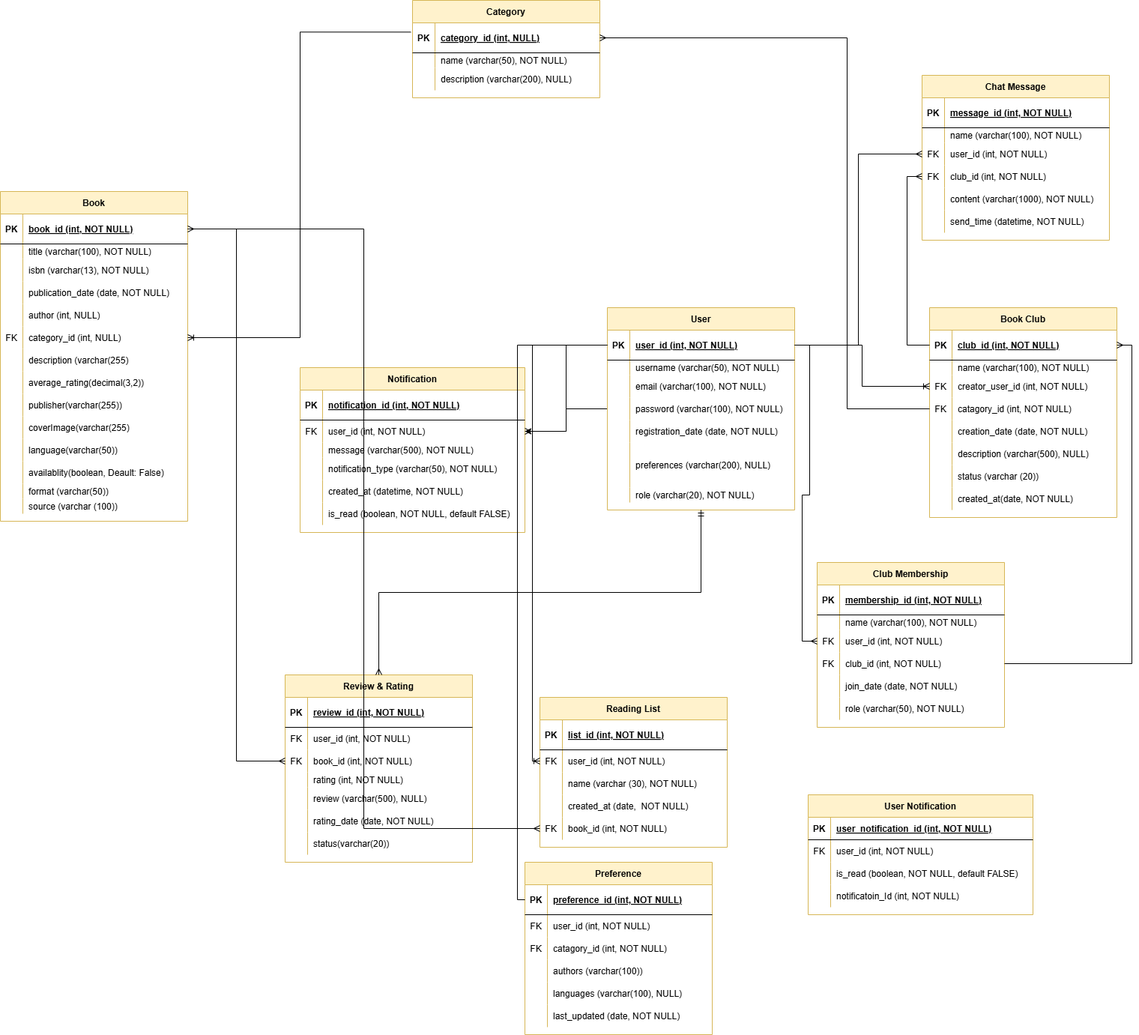
Kkgenkai/Draw.io keeps this draw.io diagram as New folder/Untitled Diagram.drawio.png. Above is the earlier version. Source tidied: cells renumbered, new cells last; positions are measured from the earlier drawing's top-left corner, leaving out a move shared by most shapes.
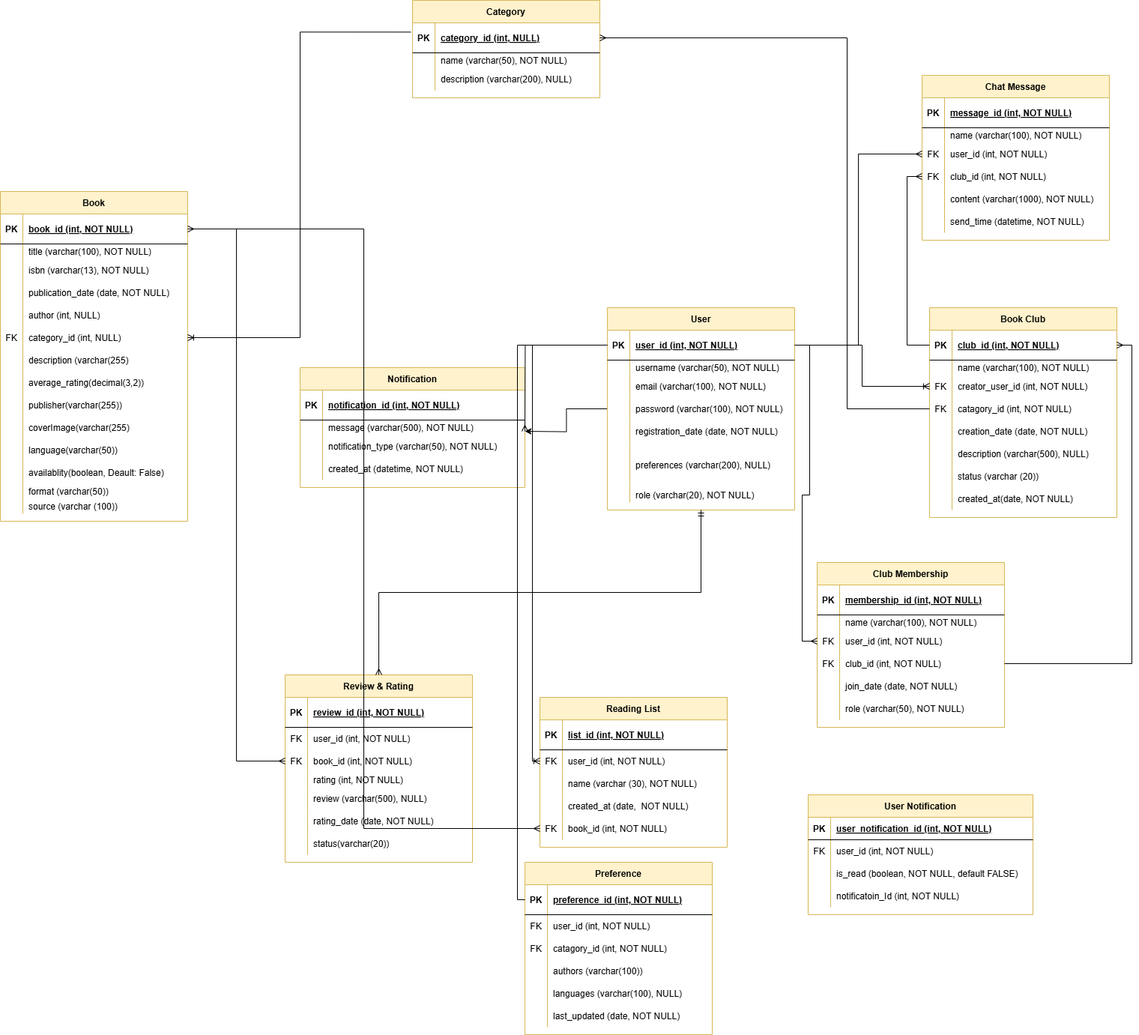
The same diagram one commit later.

The edit, as a diff of the source:
```diff
@@ -2,8 +2,10 @@
   <root>
     <mxCell id="0" />
     <mxCell id="1" parent="0" />
-    <mxCell id="2" style="edgeStyle=orthogonalEdgeStyle;rounded=0;jettySize=auto;html=1;" parent="1" edge="1" source="3" target="170">
-      <mxGeometry relative="1" as="geometry" />
+    <mxCell id="2" style="edgeStyle=orthogonalEdgeStyle;rounded=0;jettySize=auto;html=1;" parent="1" edge="1" source="3">
+      <mxGeometry relative="1" as="geometry">
+        <mxPoint x="700" y="575" as="targetPoint" />
+      </mxGeometry>
     </mxCell>
     <mxCell id="3" value="User" style="shape=table;startSize=30;rowLines=0;fontStyle=1;align=center;fillColor=#fff2cc;strokeColor=#d6b656;" parent="1" vertex="1">
       <mxGeometry x="810" y="410" width="250" height="270" as="geometry" />
@@ -495,7 +497,7 @@
       <mxGeometry x="30" width="220" height="30" as="geometry" />
     </mxCell>
     <mxCell id="166" value="Notification" style="shape=table;startSize=30;rowLines=0;fontStyle=1;align=center;fillColor=#fff2cc;strokeColor=#d6b656;" parent="1" vertex="1">
-      <mxGeometry x="400" y="490" width="300" height="220" as="geometry" />
+      <mxGeometry x="400" y="490" width="300" height="160" as="geometry" />
     </mxCell>
     <mxCell id="167" style="shape=partialRectangle;fillColor=none;top=0;left=0;right=0;bottom=1;" parent="166" vertex="1">
       <mxGeometry y="30" width="300" height="40" as="geometry" />
@@ -506,17 +508,8 @@
     <mxCell id="169" value="notification_id (int, NOT NULL)" style="shape=partialRectangle;overflow=hidden;fillColor=none;top=0;left=0;bottom=0;right=0;align=left;spacingLeft=6;fontStyle=5;" parent="167" vertex="1">
       <mxGeometry x="30" width="270" height="40" as="geometry" />
     </mxCell>
-    <mxCell id="170" style="shape=partialRectangle;fillColor=none;points=[[0,0.5],[1,0.5]];portConstraint=eastwest;top=0;left=0;right=0;bottom=0;" parent="166" vertex="1">
-      <mxGeometry y="70" width="300" height="30" as="geometry" />
-    </mxCell>
-    <mxCell id="171" value="FK" style="shape=partialRectangle;overflow=hidden;fillColor=none;top=0;left=0;bottom=0;right=0;" parent="170" vertex="1">
-      <mxGeometry width="30" height="30" as="geometry" />
-    </mxCell>
-    <mxCell id="172" value="user_id (int, NOT NULL)" style="shape=partialRectangle;overflow=hidden;fillColor=none;top=0;left=0;bottom=0;right=0;align=left;spacingLeft=6;" parent="170" vertex="1">
-      <mxGeometry x="30" width="270" height="30" as="geometry" />
-    </mxCell>
     <mxCell id="173" style="shape=partialRectangle;fillColor=none;top=0;left=0;right=0;bottom=0;" parent="166" vertex="1">
-      <mxGeometry y="100" width="300" height="20" as="geometry" />
+      <mxGeometry y="70" width="300" height="20" as="geometry" />
     </mxCell>
     <mxCell id="174" style="shape=partialRectangle;overflow=hidden;fillColor=none;top=0;left=0;bottom=0;right=0;" parent="173" vertex="1">
       <mxGeometry width="30" height="20" as="geometry" />
@@ -525,7 +518,7 @@
       <mxGeometry x="30" width="270" height="20" as="geometry" />
     </mxCell>
     <mxCell id="176" style="shape=partialRectangle;fillColor=none;top=0;left=0;right=0;bottom=0;" parent="166" vertex="1">
-      <mxGeometry y="120" width="300" height="30" as="geometry" />
+      <mxGeometry y="90" width="300" height="30" as="geometry" />
     </mxCell>
     <mxCell id="177" style="shape=partialRectangle;overflow=hidden;fillColor=none;top=0;left=0;bottom=0;right=0;" parent="176" vertex="1">
       <mxGeometry width="30" height="30" as="geometry" />
@@ -534,7 +527,7 @@
       <mxGeometry x="30" width="270" height="30" as="geometry" />
     </mxCell>
     <mxCell id="179" style="shape=partialRectangle;fillColor=none;top=0;left=0;right=0;bottom=0;" parent="166" vertex="1">
-      <mxGeometry y="150" width="300" height="30" as="geometry" />
+      <mxGeometry y="120" width="300" height="30" as="geometry" />
     </mxCell>
     <mxCell id="180" style="shape=partialRectangle;overflow=hidden;fillColor=none;top=0;left=0;bottom=0;right=0;" parent="179" vertex="1">
       <mxGeometry width="30" height="30" as="geometry" />
@@ -542,15 +535,6 @@
     <mxCell id="181" value="created_at (datetime, NOT NULL)" style="shape=partialRectangle;overflow=hidden;fillColor=none;top=0;left=0;bottom=0;right=0;align=left;spacingLeft=6;" parent="179" vertex="1">
       <mxGeometry x="30" width="270" height="30" as="geometry" />
     </mxCell>
-    <mxCell id="182" style="shape=partialRectangle;fillColor=none;top=0;left=0;right=0;bottom=0;" parent="166" vertex="1">
-      <mxGeometry y="180" width="300" height="30" as="geometry" />
-    </mxCell>
-    <mxCell id="183" style="shape=partialRectangle;overflow=hidden;fillColor=none;top=0;left=0;bottom=0;right=0;" parent="182" vertex="1">
-      <mxGeometry width="30" height="30" as="geometry" />
-    </mxCell>
-    <mxCell id="184" value="is_read (boolean, NOT NULL, default FALSE)" style="shape=partialRectangle;overflow=hidden;fillColor=none;top=0;left=0;bottom=0;right=0;align=left;spacingLeft=6;" parent="182" vertex="1">
-      <mxGeometry x="30" width="270" height="30" as="geometry" />
-    </mxCell>
     <mxCell id="185" style="edgeStyle=orthogonalEdgeStyle;fontSize=12;html=1;endArrow=ERoneToMany;rounded=0;exitX=1;exitY=0.5;exitDx=0;exitDy=0;entryX=0;entryY=0.5;entryDx=0;entryDy=0;" parent="1" edge="1" source="4" target="110">
       <mxGeometry relative="1" as="geometry" />
     </mxCell>
@@ -574,8 +558,10 @@
     <mxCell id="190" style="edgeStyle=orthogonalEdgeStyle;rounded=0;jettySize=auto;html=1;exitX=0;exitY=0.5;exitDx=0;exitDy=0;entryX=1;entryY=0.5;entryDx=0;entryDy=0;endArrow=none;endFill=0;startFill=0;startArrow=ERmany;" parent="1" edge="1" source="154" target="4">
       <mxGeometry relative="1" as="geometry" />
     </mxCell>
-    <mxCell id="191" style="edgeStyle=orthogonalEdgeStyle;rounded=0;jettySize=auto;html=1;exitX=1;exitY=0.5;exitDx=0;exitDy=0;entryX=0;entryY=0.5;entryDx=0;entryDy=0;startArrow=ERmany;startFill=0;endArrow=none;" parent="1" edge="1" source="170" target="4">
-      <mxGeometry relative="1" as="geometry" />
+    <mxCell id="191" style="edgeStyle=orthogonalEdgeStyle;rounded=0;jettySize=auto;html=1;exitX=1;exitY=0.5;exitDx=0;exitDy=0;entryX=0;entryY=0.5;entryDx=0;entryDy=0;startArrow=ERmany;startFill=0;endArrow=none;" parent="1" edge="1" target="4">
+      <mxGeometry relative="1" as="geometry">
+        <mxPoint x="700" y="575" as="sourcePoint" />
+      </mxGeometry>
     </mxCell>
     <mxCell id="192" value="Reading List" style="shape=table;startSize=30;rowLines=0;fontStyle=1;align=center;fillColor=#fff2cc;strokeColor=#d6b656;" parent="1" vertex="1">
       <mxGeometry x="720" y="930" width="250" height="200" as="geometry" />
```
